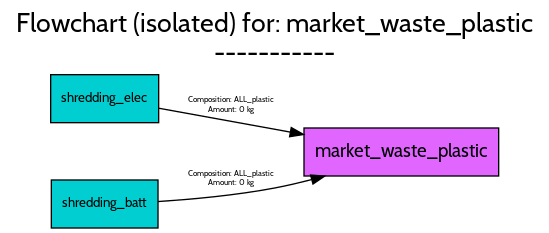
Earlier version of the Graphviz export src/examples/ELV/figures/flowcharts/processes/png/market_waste_plastic.png (FutuRaM-Project/Recovery-Model). Its source is kept beside it as src/examples/ELV/figures/flowcharts/processes/dot/market_waste_plastic.dot.
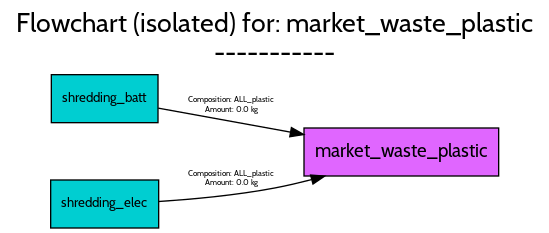
Above is the later version.

Diff of the diagram source:
```diff
@@ -23,11 +23,26 @@
 		shape=box,
 		style=filled,
 		width=2.0278];
+	shredding_batt	[fillcolor=darkturquoise,
+		fontname=Cabin,
+		fontsize=10,
+		height=0.5,
+		pos="74.5,97",
+		shape=box,
+		style=filled,
+		width=1.1111];
+	shredding_batt -> market_waste_plastic	[color=black,
+		fontname=Cabin,
+		fontsize=6,
+		label="Composition: ALL_plastic
+Amount: 0.0 kg",
+		lp="169.5,92",
+		pos="e,223.78,70.101 114.67,89.895 142.15,84.909 179.91,78.06 213.86,71.902"];
 	shredding_elec	[fillcolor=darkturquoise,
 		fontname=Cabin,
 		fontsize=10,
 		height=0.5,
-		pos="74.5,97",
+		pos="74.5,18",
 		shape=box,
 		style=filled,
 		width=1.125];
@@ -35,22 +50,7 @@
 		fontname=Cabin,
 		fontsize=6,
 		label="Composition: ALL_plastic
-Amount: 0 kg",
-		lp="169.5,92",
-		pos="e,223.66,70.123 115.18,89.803 142.6,84.828 180.07,78.03 213.79,71.913"];
-	shredding_batt	[fillcolor=darkturquoise,
-		fontname=Cabin,
-		fontsize=10,
-		height=0.5,
-		pos="74.5,18",
-		shape=box,
-		style=filled,
-		width=1.1111];
-	shredding_batt -> market_waste_plastic	[color=black,
-		fontname=Cabin,
-		fontsize=6,
-		label="Composition: ALL_plastic
-Amount: 0 kg",
+Amount: 0.0 kg",
 		lp="169.5,37",
-		pos="e,239.49,38.939 114.52,19.831 139.66,21.47 172.96,24.5 202,30 211,31.705 220.39,33.892 229.6,36.28"];
+		pos="e,239.49,38.939 115.08,19.868 140.15,21.515 173.17,24.541 202,30 211,31.705 220.39,33.892 229.6,36.28"];
 }
```
